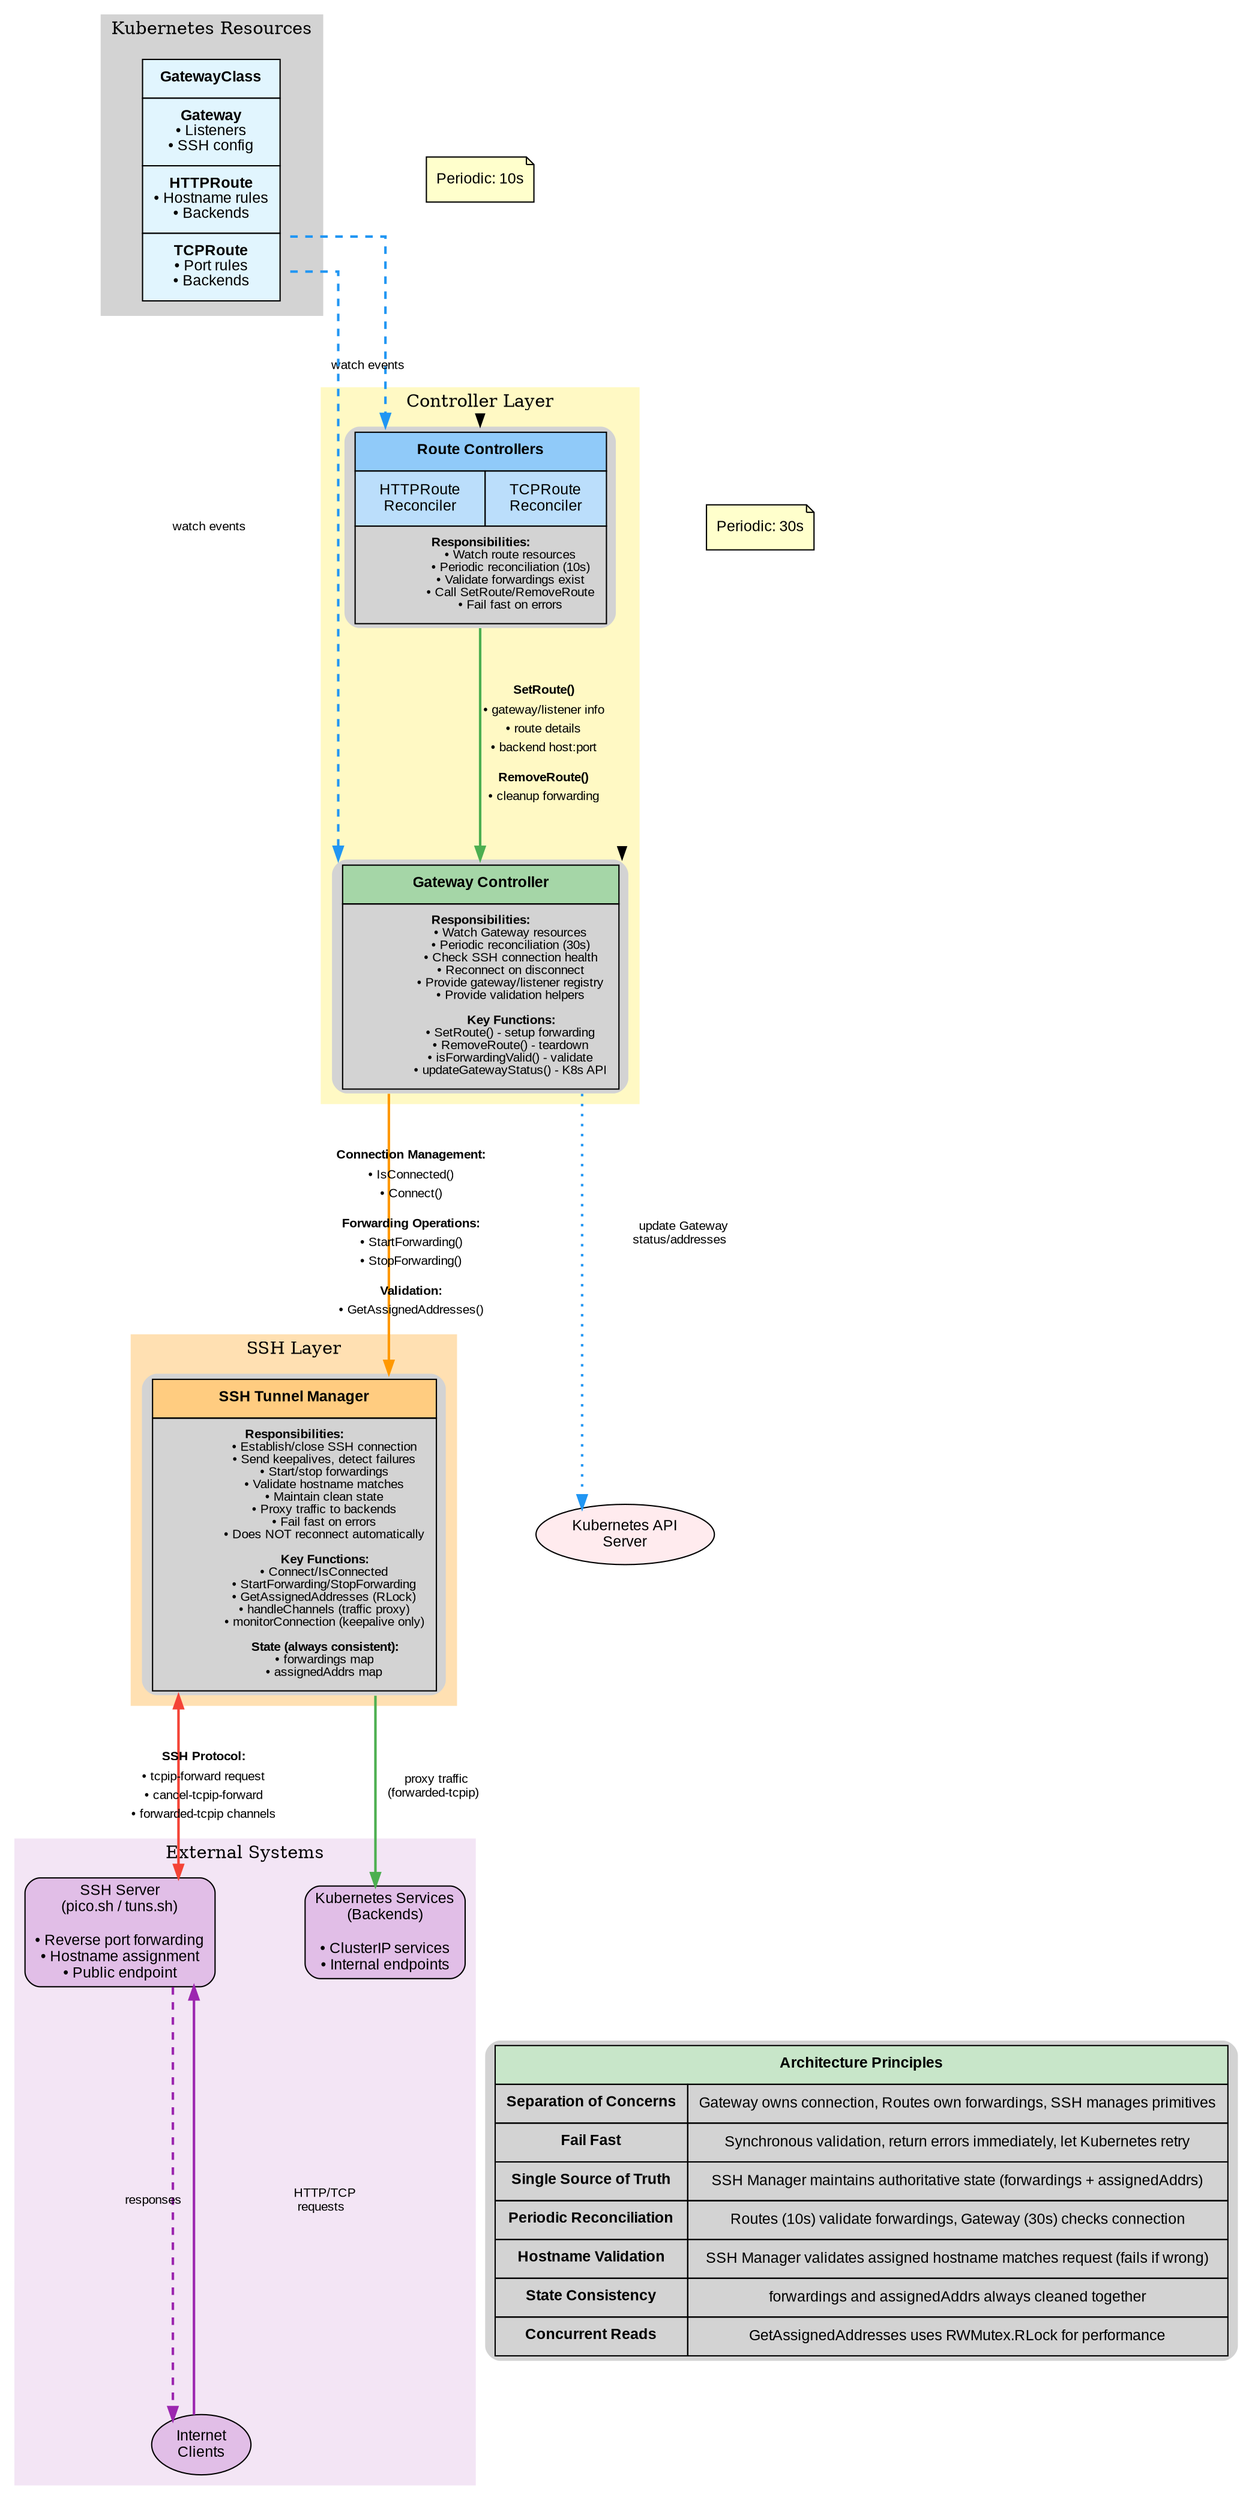
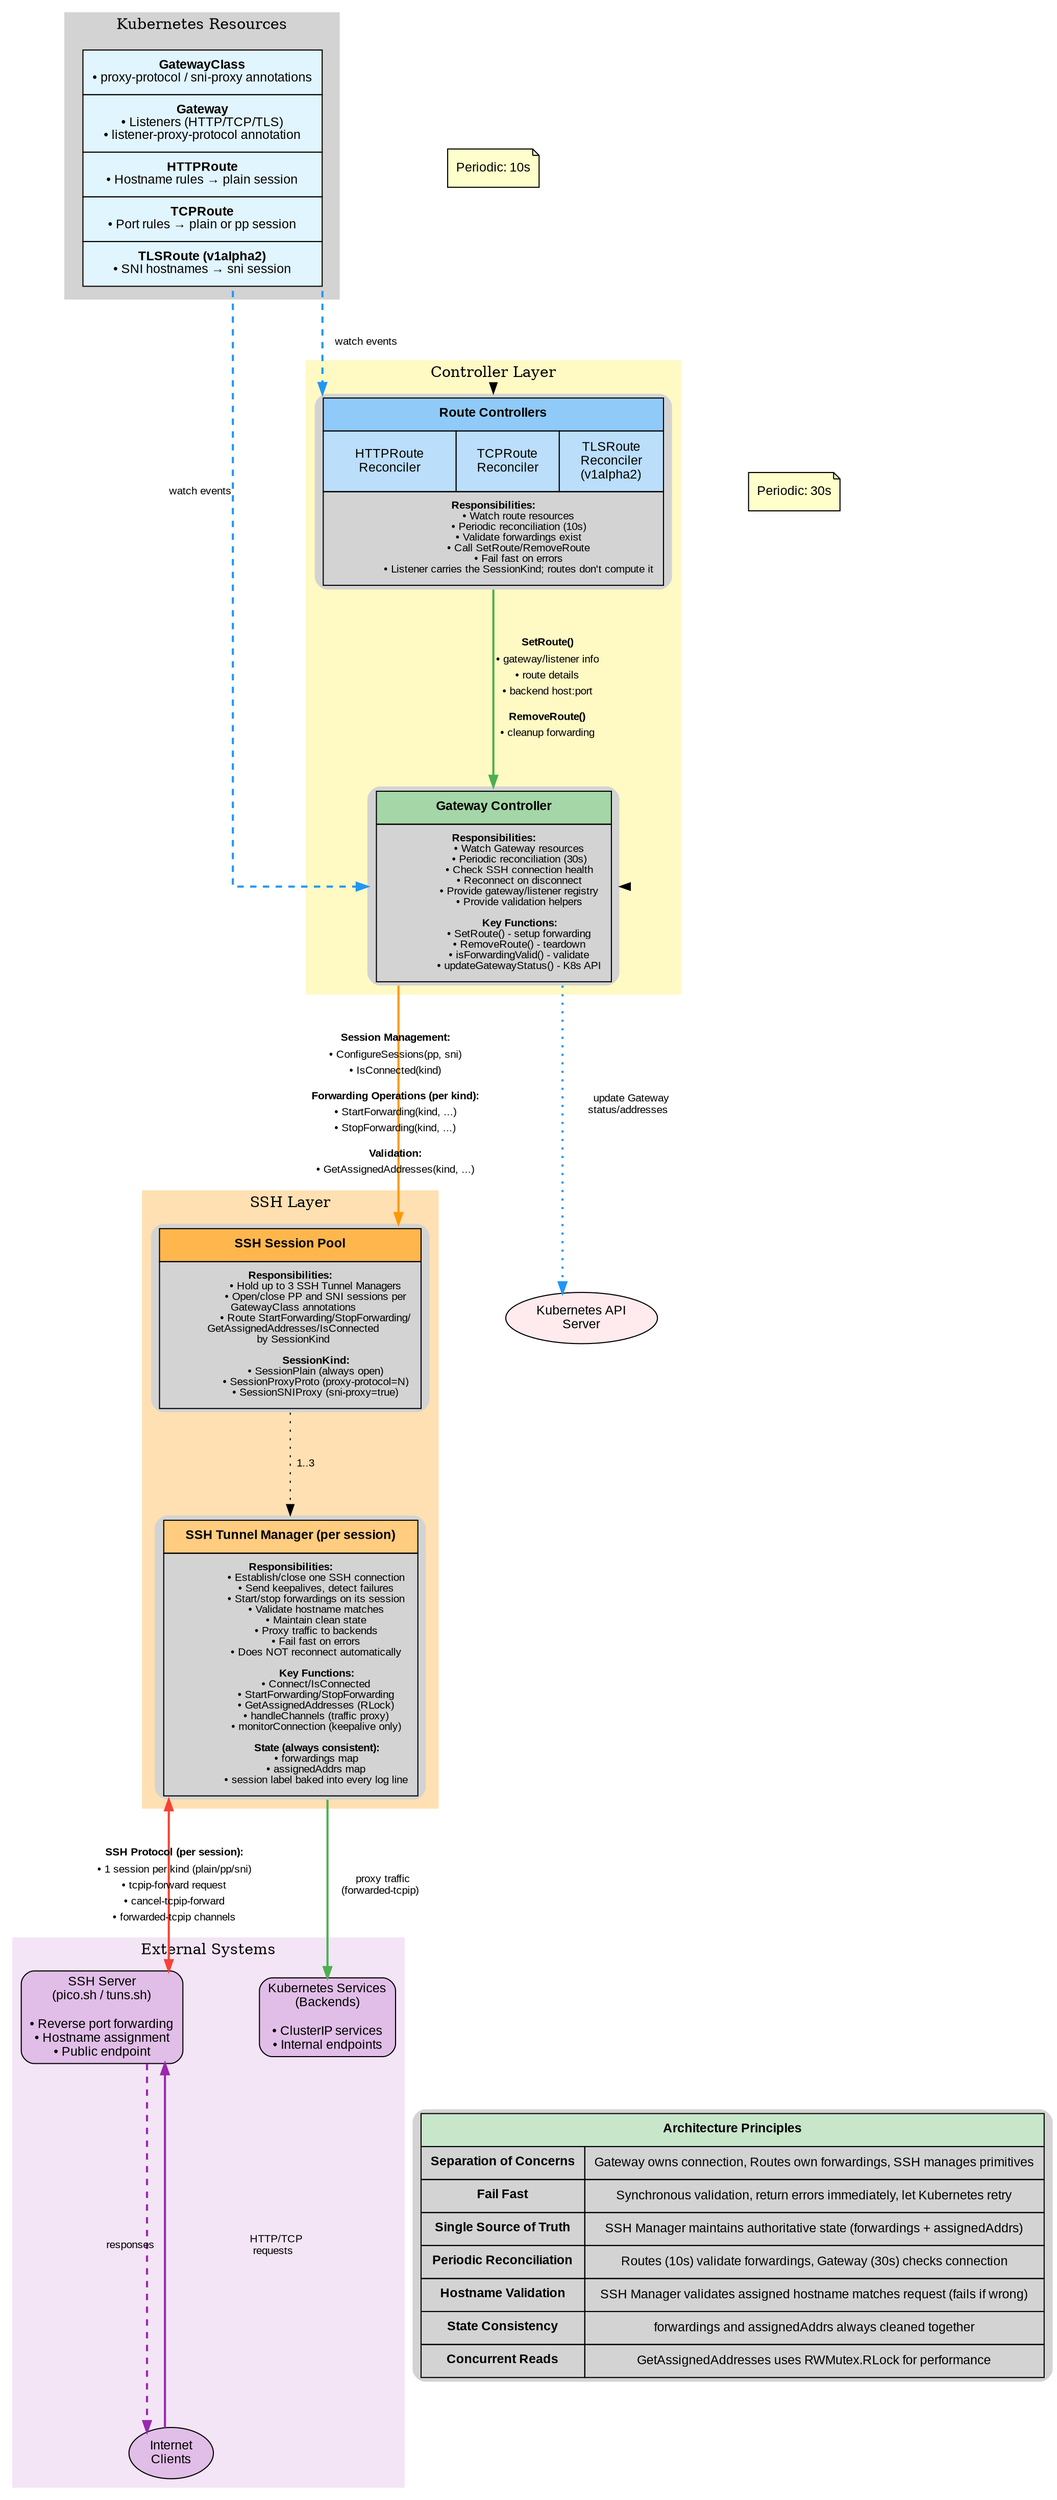
digraph HighLevelArchitecture {
    // Graph settings
    rankdir=TB;
    compound=true;
    splines=ortho;
    nodesep=1.0;
    ranksep=1.2;

    // Style definitions
    node [shape=box, style="rounded,filled", fontname="Arial", fontsize=12];
    edge [fontname="Arial", fontsize=10];

    // ========================================
    // LAYERS
    // ========================================

    subgraph cluster_k8s_resources {
        label="Kubernetes Resources";
        style=filled;
        color=lightgrey;

        resources [label=<
            <table border="0" cellborder="1" cellspacing="0" cellpadding="8">
-                 <tr><td bgcolor="#E1F5FE"><b>GatewayClass</b></td></tr>
-                 <tr><td bgcolor="#E1F5FE"><b>Gateway</b><br/>• Listeners<br/>• SSH config</td></tr>
-                 <tr><td bgcolor="#E1F5FE"><b>HTTPRoute</b><br/>• Hostname rules<br/>• Backends</td></tr>
-                 <tr><td bgcolor="#E1F5FE"><b>TCPRoute</b><br/>• Port rules<br/>• Backends</td></tr>
+                 <tr><td bgcolor="#E1F5FE"><b>GatewayClass</b><br/>• proxy-protocol / sni-proxy annotations</td></tr>
+                 <tr><td bgcolor="#E1F5FE"><b>Gateway</b><br/>• Listeners (HTTP/TCP/TLS)<br/>• listener-proxy-protocol annotation</td></tr>
+                 <tr><td bgcolor="#E1F5FE"><b>HTTPRoute</b><br/>• Hostname rules → plain session</td></tr>
+                 <tr><td bgcolor="#E1F5FE"><b>TCPRoute</b><br/>• Port rules → plain or pp session</td></tr>
+                 <tr><td bgcolor="#E1F5FE"><b>TLSRoute (v1alpha2)</b><br/>• SNI hostnames → sni session</td></tr>
            </table>
        >, shape=plaintext];
    }

    subgraph cluster_controllers {
        label="Controller Layer";
        style=filled;
        color="#FFF9C4";

        route_controllers [label=<
            <table border="0" cellborder="1" cellspacing="0" cellpadding="8">
-                 <tr><td colspan="2" bgcolor="#90CAF9"><b>Route Controllers</b></td></tr>
-                 <tr><td bgcolor="#BBDEFB">HTTPRoute<br/>Reconciler</td><td bgcolor="#BBDEFB">TCPRoute<br/>Reconciler</td></tr>
-                 <tr><td colspan="2"><font point-size="10"><b>Responsibilities:</b><br/>
+                 <tr><td colspan="3" bgcolor="#90CAF9"><b>Route Controllers</b></td></tr>
+                 <tr><td bgcolor="#BBDEFB">HTTPRoute<br/>Reconciler</td><td bgcolor="#BBDEFB">TCPRoute<br/>Reconciler</td><td bgcolor="#BBDEFB">TLSRoute<br/>Reconciler<br/>(v1alpha2)</td></tr>
+                 <tr><td colspan="3"><font point-size="10"><b>Responsibilities:</b><br/>
                • Watch route resources<br/>
                • Periodic reconciliation (10s)<br/>
                • Validate forwardings exist<br/>
                • Call SetRoute/RemoveRoute<br/>
-                 • Fail fast on errors</font></td></tr>
+                 • Fail fast on errors<br/>
+                 • Listener carries the SessionKind; routes don't compute it</font></td></tr>
            </table>
        >, shape=plaintext];

        gateway_controller [label=<
            <table border="0" cellborder="1" cellspacing="0" cellpadding="8">
                <tr><td bgcolor="#A5D6A7"><b>Gateway Controller</b></td></tr>
                <tr><td><font point-size="10"><b>Responsibilities:</b><br/>
                • Watch Gateway resources<br/>
                • Periodic reconciliation (30s)<br/>
                • Check SSH connection health<br/>
                • Reconnect on disconnect<br/>
                • Provide gateway/listener registry<br/>
                • Provide validation helpers<br/><br/>
                <b>Key Functions:</b><br/>
                • SetRoute() - setup forwarding<br/>
                • RemoveRoute() - teardown<br/>
                • isForwardingValid() - validate<br/>
                • updateGatewayStatus() - K8s API</font></td></tr>
            </table>
        >, shape=plaintext];
    }

    subgraph cluster_ssh {
        label="SSH Layer";
        style=filled;
        color="#FFE0B2";

+         ssh_pool [label=<
+             <table border="0" cellborder="1" cellspacing="0" cellpadding="8">
+                 <tr><td bgcolor="#FFB74D"><b>SSH Session Pool</b></td></tr>
+                 <tr><td><font point-size="10"><b>Responsibilities:</b><br/>
+                 • Hold up to 3 SSH Tunnel Managers<br/>
+                 • Open/close PP and SNI sessions per<br/>&nbsp;&nbsp;GatewayClass annotations<br/>
+                 • Route StartForwarding/StopForwarding/<br/>&nbsp;&nbsp;GetAssignedAddresses/IsConnected<br/>&nbsp;&nbsp;by SessionKind<br/><br/>
+                 <b>SessionKind:</b><br/>
+                 • SessionPlain (always open)<br/>
+                 • SessionProxyProto (proxy-protocol=N)<br/>
+                 • SessionSNIProxy (sni-proxy=true)</font></td></tr>
+             </table>
+         >, shape=plaintext];
+ 
        ssh_manager [label=<
            <table border="0" cellborder="1" cellspacing="0" cellpadding="8">
-                 <tr><td bgcolor="#FFCC80"><b>SSH Tunnel Manager</b></td></tr>
+                 <tr><td bgcolor="#FFCC80"><b>SSH Tunnel Manager (per session)</b></td></tr>
                <tr><td><font point-size="10"><b>Responsibilities:</b><br/>
-                 • Establish/close SSH connection<br/>
+                 • Establish/close one SSH connection<br/>
                • Send keepalives, detect failures<br/>
-                 • Start/stop forwardings<br/>
+                 • Start/stop forwardings on its session<br/>
                • Validate hostname matches<br/>
                • Maintain clean state<br/>
                • Proxy traffic to backends<br/>
                • Fail fast on errors<br/>
                • Does NOT reconnect automatically<br/><br/>
                <b>Key Functions:</b><br/>
                • Connect/IsConnected<br/>
                • StartForwarding/StopForwarding<br/>
                • GetAssignedAddresses (RLock)<br/>
                • handleChannels (traffic proxy)<br/>
                • monitorConnection (keepalive only)<br/><br/>
                <b>State (always consistent):</b><br/>
                • forwardings map<br/>
-                 • assignedAddrs map</font></td></tr>
-             </table>
-         >, shape=plaintext];
+                 • assignedAddrs map<br/>
+                 • session label baked into every log line</font></td></tr>
+             </table>
+         >, shape=plaintext];
+ 
+         ssh_pool -> ssh_manager [label="  1..3  ", style=dotted];
    }

    subgraph cluster_external {
        label="External Systems";
        style=filled;
        color="#F3E5F5";

        ssh_server [label="SSH Server\n(pico.sh / tuns.sh)\n\n• Reverse port forwarding\n• Hostname assignment\n• Public endpoint", fillcolor="#E1BEE7"];
        backends [label="Kubernetes Services\n(Backends)\n\n• ClusterIP services\n• Internal endpoints", fillcolor="#E1BEE7"];
        internet [label="Internet\nClients", fillcolor="#E1BEE7", shape=ellipse];
    }

    k8s_api [label="Kubernetes API\nServer", fillcolor="#FFEBEE", shape=ellipse];

    // ========================================
    // FLOW: Kubernetes Events
    // ========================================

    resources -> route_controllers [label="  watch events  ", style=dashed, color="#2196F3", penwidth=2];
    resources -> gateway_controller [label="  watch events  ", style=dashed, color="#2196F3", penwidth=2];

    // ========================================
    // FLOW: Route Controller → Gateway Controller
    // ========================================

    route_controllers -> gateway_controller [label=<
        <table border="0" cellborder="0" cellspacing="0">
            <tr><td><b>SetRoute()</b></td></tr>
            <tr><td>• gateway/listener info</td></tr>
            <tr><td>• route details</td></tr>
            <tr><td>• backend host:port</td></tr>
            <tr><td><br/><b>RemoveRoute()</b></td></tr>
            <tr><td>• cleanup forwarding</td></tr>
        </table>
    >, color="#4CAF50", penwidth=2];

    // ========================================
    // FLOW: Gateway Controller → SSH Manager
    // ========================================

-     gateway_controller -> ssh_manager [label=<
+     gateway_controller -> ssh_pool [label=<
        <table border="0" cellborder="0" cellspacing="0">
-             <tr><td><b>Connection Management:</b></td></tr>
-             <tr><td>• IsConnected()</td></tr>
-             <tr><td>• Connect()</td></tr>
-             <tr><td><br/><b>Forwarding Operations:</b></td></tr>
-             <tr><td>• StartForwarding()</td></tr>
-             <tr><td>• StopForwarding()</td></tr>
+             <tr><td><b>Session Management:</b></td></tr>
+             <tr><td>• ConfigureSessions(pp, sni)</td></tr>
+             <tr><td>• IsConnected(kind)</td></tr>
+             <tr><td><br/><b>Forwarding Operations (per kind):</b></td></tr>
+             <tr><td>• StartForwarding(kind, ...)</td></tr>
+             <tr><td>• StopForwarding(kind, ...)</td></tr>
            <tr><td><br/><b>Validation:</b></td></tr>
-             <tr><td>• GetAssignedAddresses()</td></tr>
+             <tr><td>• GetAssignedAddresses(kind, ...)</td></tr>
        </table>
    >, color="#FF9800", penwidth=2];

    // ========================================
    // FLOW: SSH Manager → SSH Server
    // ========================================

    ssh_manager -> ssh_server [label=<
        <table border="0" cellborder="0" cellspacing="0">
-             <tr><td><b>SSH Protocol:</b></td></tr>
+             <tr><td><b>SSH Protocol (per session):</b></td></tr>
+             <tr><td>• 1 session per kind (plain/pp/sni)</td></tr>
            <tr><td>• tcpip-forward request</td></tr>
            <tr><td>• cancel-tcpip-forward</td></tr>
            <tr><td>• forwarded-tcpip channels</td></tr>
        </table>
    >, color="#F44336", penwidth=2, dir=both];

    // ========================================
    // FLOW: Traffic Proxy
    // ========================================

    ssh_manager -> backends [label="  proxy traffic\n  (forwarded-tcpip)  ", color="#4CAF50", penwidth=2, style=bold];

    // ========================================
    // FLOW: Internet → Backend
    // ========================================

    internet -> ssh_server [label="  HTTP/TCP\n  requests  ", color="#9C27B0", penwidth=2];
    ssh_server -> internet [label="  responses  ", color="#9C27B0", penwidth=2, style=dashed];

    // ========================================
    // FLOW: Status Updates
    // ========================================

    gateway_controller -> k8s_api [label="  update Gateway\n  status/addresses  ", color="#2196F3", penwidth=2, style=dotted];

    // ========================================
    // PERIODIC RECONCILIATION ANNOTATIONS
    // ========================================

    periodic_routes [label="Periodic: 10s", shape=note, fillcolor="#FFFFCC", style=filled];
    periodic_gateway [label="Periodic: 30s", shape=note, fillcolor="#FFFFCC", style=filled];

    periodic_routes -> route_controllers [style=invisible];
    periodic_gateway -> gateway_controller [style=invisible];

    // ========================================
    // KEY PRINCIPLES
    // ========================================

    principles [label=<
        <table border="0" cellborder="1" cellspacing="0" cellpadding="8">
            <tr><td bgcolor="#C8E6C9" colspan="2"><b>Architecture Principles</b></td></tr>
            <tr><td><b>Separation of Concerns</b></td><td>Gateway owns connection, Routes own forwardings, SSH manages primitives</td></tr>
            <tr><td><b>Fail Fast</b></td><td>Synchronous validation, return errors immediately, let Kubernetes retry</td></tr>
            <tr><td><b>Single Source of Truth</b></td><td>SSH Manager maintains authoritative state (forwardings + assignedAddrs)</td></tr>
            <tr><td><b>Periodic Reconciliation</b></td><td>Routes (10s) validate forwardings, Gateway (30s) checks connection</td></tr>
            <tr><td><b>Hostname Validation</b></td><td>SSH Manager validates assigned hostname matches request (fails if wrong)</td></tr>
            <tr><td><b>State Consistency</b></td><td>forwardings and assignedAddrs always cleaned together</td></tr>
            <tr><td><b>Concurrent Reads</b></td><td>GetAssignedAddresses uses RWMutex.RLock for performance</td></tr>
        </table>
    >, shape=plaintext];

    {rank=sink; principles}
}
